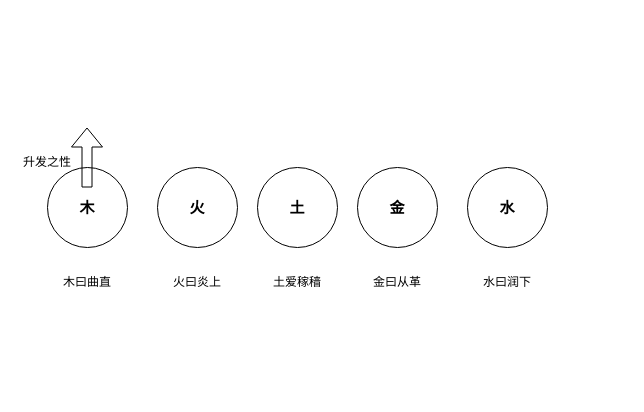
This is 易医玄门基础理论/阴阳/五行之性味.drawio from 328507133/chart, a draw.io file, before an edit. Source tidied: cells renumbered, new cells numbered last; positions are measured from the earlier drawing's top-left corner, leaving out a move shared by most shapes. Both pictures are drawn from the tidied source at 100%, with x=0, y=0 at pixel (17, 127).
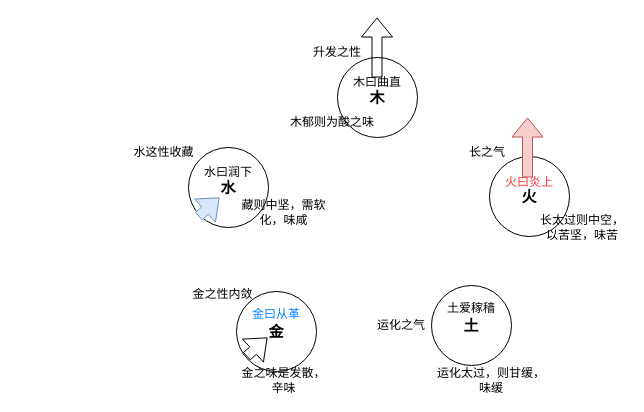
The same diagram, later.

Commit message:
更新五行之性味.drawio

What changed in the source:
```diff
@@
     <mxCell id="2" value="金" style="ellipse;whiteSpace=wrap;html=1;fontSize=15;fontStyle=1;" parent="1" vertex="1">
-      <mxGeometry x="340" y="40" width="80" height="80" as="geometry" />
+      <mxGeometry x="219" y="164" width="80" height="80" as="geometry" />
     </mxCell>
     <mxCell id="3" value="水" style="ellipse;whiteSpace=wrap;html=1;fontSize=15;fontStyle=1;" parent="1" vertex="1">
-      <mxGeometry x="450" y="40" width="80" height="80" as="geometry" />
+      <mxGeometry x="171" y="20" width="80" height="80" as="geometry" />
     </mxCell>
     <mxCell id="4" value="火" style="ellipse;whiteSpace=wrap;html=1;fontSize=15;fontStyle=1;" parent="1" vertex="1">
-      <mxGeometry x="140" y="40" width="80" height="80" as="geometry" />
+      <mxGeometry x="472" y="29" width="80" height="80" as="geometry" />
     </mxCell>
     <mxCell id="5" value="木" style="ellipse;whiteSpace=wrap;html=1;fontSize=15;fontStyle=1;" parent="1" vertex="1">
-      <mxGeometry x="30" y="40" width="80" height="80" as="geometry" />
+      <mxGeometry x="320" y="-70" width="80" height="80" as="geometry" />
     </mxCell>
     <mxCell id="6" value="土" style="ellipse;whiteSpace=wrap;html=1;fontSize=15;fontStyle=1;" parent="1" vertex="1">
-      <mxGeometry x="240" y="40" width="80" height="80" as="geometry" />
+      <mxGeometry x="414" y="158" width="80" height="80" as="geometry" />
     </mxCell>
     <mxCell id="7" value="木曰曲直" style="text;html=1;align=center;verticalAlign=middle;whiteSpace=wrap;rounded=0;" parent="1" vertex="1">
-      <mxGeometry x="40" y="140" width="60" height="30" as="geometry" />
+      <mxGeometry x="330" y="-60" width="60" height="30" as="geometry" />
     </mxCell>
-    <mxCell id="8" value="火曰炎上" style="text;html=1;align=center;verticalAlign=middle;whiteSpace=wrap;rounded=0;" parent="1" vertex="1">
-      <mxGeometry x="150" y="140" width="60" height="30" as="geometry" />
+    <mxCell id="8" value="火曰炎上" style="text;html=1;align=center;verticalAlign=middle;whiteSpace=wrap;rounded=0;fontColor=#FF3333;" parent="1" vertex="1">
+      <mxGeometry x="482" y="40" width="60" height="30" as="geometry" />
     </mxCell>
     <mxCell id="9" value="土爱稼穑" style="text;html=1;align=center;verticalAlign=middle;whiteSpace=wrap;rounded=0;" parent="1" vertex="1">
-      <mxGeometry x="250" y="140" width="60" height="30" as="geometry" />
+      <mxGeometry x="424" y="166" width="60" height="30" as="geometry" />
     </mxCell>
-    <mxCell id="10" value="金曰从革" style="text;html=1;align=center;verticalAlign=middle;whiteSpace=wrap;rounded=0;" parent="1" vertex="1">
-      <mxGeometry x="350" y="140" width="60" height="30" as="geometry" />
+    <mxCell id="10" value="金曰从革" style="text;html=1;align=center;verticalAlign=middle;whiteSpace=wrap;rounded=0;fontColor=#007FFF;" parent="1" vertex="1">
+      <mxGeometry x="229" y="172" width="60" height="30" as="geometry" />
     </mxCell>
     <mxCell id="11" value="水曰润下" style="text;html=1;align=center;verticalAlign=middle;whiteSpace=wrap;rounded=0;" parent="1" vertex="1">
-      <mxGeometry x="460" y="140" width="60" height="30" as="geometry" />
+      <mxGeometry x="181" y="30" width="60" height="30" as="geometry" />
     </mxCell>
     <mxCell id="12" style="shape=flexArrow;endArrow=classic;html=1;rounded=0;" parent="1" edge="1">
       <mxGeometry relative="1" as="geometry">
-        <mxPoint x="69.5" y="60" as="sourcePoint" />
-        <mxPoint x="69.5" as="targetPoint" />
+        <mxPoint x="359.5" y="-50" as="sourcePoint" />
+        <mxPoint x="359.5" y="-110" as="targetPoint" />
       </mxGeometry>
     </mxCell>
     <mxCell id="13" value="升发之性" style="text;html=1;align=center;verticalAlign=middle;whiteSpace=wrap;rounded=0;" parent="1" vertex="1">
-      <mxGeometry y="20" width="60" height="30" as="geometry" />
+      <mxGeometry x="290" y="-90" width="60" height="30" as="geometry" />
     </mxCell>
+    <mxCell id="14" value="木郁则为酸之味" style="text;html=1;align=center;verticalAlign=middle;whiteSpace=wrap;rounded=0;" parent="1" vertex="1">
+      <mxGeometry x="270" y="-20" width="90" height="30" as="geometry" />
+    </mxCell>
+    <mxCell id="15" style="shape=flexArrow;endArrow=classic;html=1;rounded=0;fillColor=#f8cecc;strokeColor=#b85450;" parent="1" edge="1">
+      <mxGeometry relative="1" as="geometry">
+        <mxPoint x="510" y="50" as="sourcePoint" />
+        <mxPoint x="510" y="-10" as="targetPoint" />
+      </mxGeometry>
+    </mxCell>
+    <mxCell id="16" value="长之气" style="text;html=1;align=center;verticalAlign=middle;whiteSpace=wrap;rounded=0;" parent="1" vertex="1">
+      <mxGeometry x="440" y="10" width="60" height="30" as="geometry" />
+    </mxCell>
+    <mxCell id="17" value="长太过则中空，以苦坚，味苦" style="text;html=1;align=center;verticalAlign=middle;whiteSpace=wrap;rounded=0;" parent="1" vertex="1">
+      <mxGeometry x="520" y="70" width="90" height="60" as="geometry" />
+    </mxCell>
+    <mxCell id="18" value="运化之气" style="text;html=1;align=center;verticalAlign=middle;whiteSpace=wrap;rounded=0;" parent="1" vertex="1">
+      <mxGeometry x="354" y="183" width="60" height="30" as="geometry" />
+    </mxCell>
+    <mxCell id="19" value="运化太过，则甘缓，味缓" style="text;html=1;align=center;verticalAlign=middle;whiteSpace=wrap;rounded=0;" parent="1" vertex="1">
+      <mxGeometry x="414" y="238" width="120" height="30" as="geometry" />
+    </mxCell>
+    <mxCell id="20" value="金之性内敛" style="text;html=1;align=center;verticalAlign=middle;whiteSpace=wrap;rounded=0;" parent="1" vertex="1">
+      <mxGeometry x="160" y="152" width="91" height="30" as="geometry" />
+    </mxCell>
+    <mxCell id="21" value="金之味是发散，辛味" style="text;html=1;align=center;verticalAlign=middle;whiteSpace=wrap;rounded=0;" parent="1" vertex="1">
+      <mxGeometry x="221" y="238" width="91" height="30" as="geometry" />
+    </mxCell>
+    <mxCell id="22" value="水这性收藏" style="text;html=1;align=center;verticalAlign=middle;whiteSpace=wrap;rounded=0;" parent="1" vertex="1">
+      <mxGeometry x="101" y="10" width="91" height="30" as="geometry" />
+    </mxCell>
+    <mxCell id="23" value="藏则中坚，需软化，味咸" style="text;html=1;align=center;verticalAlign=middle;whiteSpace=wrap;rounded=0;" parent="1" vertex="1">
+      <mxGeometry x="221" y="70" width="91" height="30" as="geometry" />
+    </mxCell>
+    <mxCell id="24" style="shape=flexArrow;endArrow=classic;html=1;rounded=0;" parent="1" edge="1">
+      <mxGeometry relative="1" as="geometry">
+        <mxPoint x="229" y="229" as="sourcePoint" />
+        <mxPoint x="250" y="210" as="targetPoint" />
+      </mxGeometry>
+    </mxCell>
+    <mxCell id="25" style="shape=flexArrow;endArrow=classic;html=1;rounded=0;fillColor=#dae8fc;strokeColor=#6c8ebf;" parent="1" edge="1">
+      <mxGeometry relative="1" as="geometry">
+        <mxPoint x="181" y="89" as="sourcePoint" />
+        <mxPoint x="202" y="70" as="targetPoint" />
+      </mxGeometry>
+    </mxCell>
```
